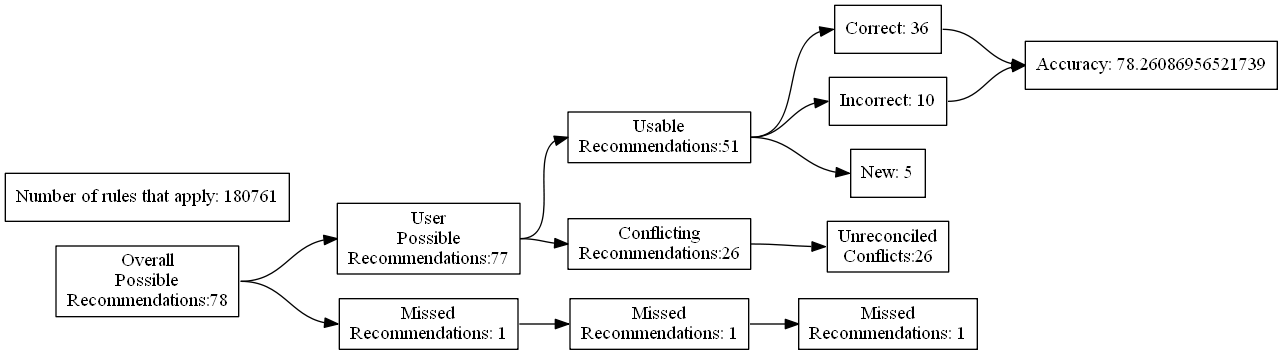
This is test_renders/75.gv.png from ZaxR/ibd_diet_analysis, a Graphviz export, as it was before one commit. Its source is kept beside it as test_renders/75.gv.
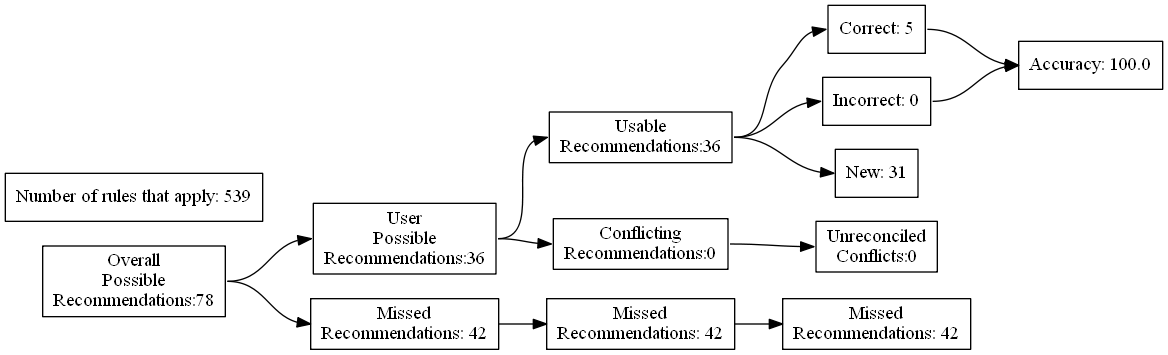
Later version of the same file.

Change to the diagram source:
```diff
@@ -7,24 +7,24 @@
 Recommendations:78"]
 		B [label="User
 Possible
-Recommendations:77"]
+Recommendations:36"]
 		C [label="Missed
-Recommendations: 1"]
+Recommendations: 42"]
 		D [label="Usable
-Recommendations:51"]
+Recommendations:36"]
 		E [label="Conflicting
-Recommendations:26"]
+Recommendations:0"]
 		J [label="Missed
-Recommendations: 1"]
+Recommendations: 42"]
 		M [label="Unreconciled
-Conflicts:26"]
-		F [label="Correct: 36"]
-		G [label="Incorrect: 10"]
-		H [label="New: 5"]
+Conflicts:0"]
+		F [label="Correct: 5"]
+		G [label="Incorrect: 0"]
+		H [label="New: 31"]
 		K [label="Missed
-Recommendations: 1"]
-		I [label="Accuracy: 78.26086956521739"]
-		l [label="Number of rules that apply: 180761"]
+Recommendations: 42"]
+		I [label="Accuracy: 100.0"]
+		l [label="Number of rules that apply: 539"]
 			A -> B
 			A -> C
 			B -> D
```
